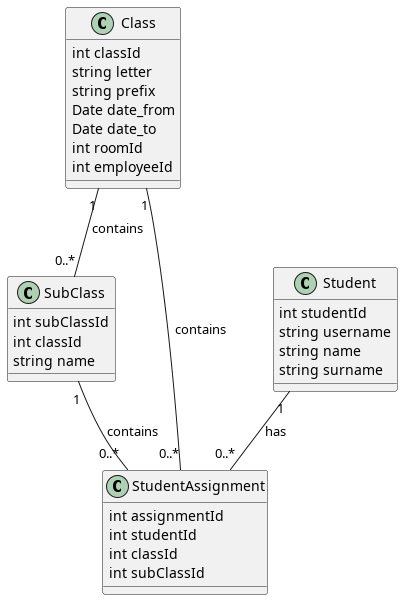
Before: images/cd-student-assignment.png, a diagram exported from PlantUML (DanielADK/tul-bp). The source it was exported from:
```plantuml
@startuml
class Class {
  int classId
  string letter
  string prefix
  Date date_from
  Date date_to
  int roomId
  int employeeId
}

class SubClass {
  int subClassId
  int classId
  string name
}

class Student {
  int studentId
  string username
  string name
  string surname
}

class StudentAssignment {
  int assignmentId
  int studentId
  int classId
  int subClassId
}

Class "1" -- "0..*" SubClass : contains
Class "1" -- "0..*" StudentAssignment : contains
SubClass "1" -- "0..*" StudentAssignment : contains
Student "1" -- "0..*" StudentAssignment : has
@enduml
```
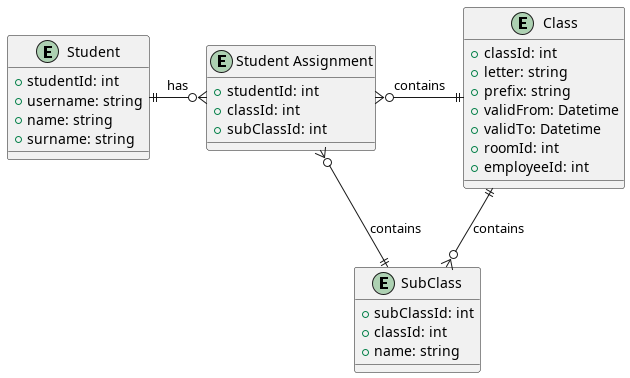
The same diagram one commit later.

Diff of the diagram source:
```diff
@@ -1,36 +1,36 @@
 @startuml
-class Class {
-  int classId
-  string letter
-  string prefix
-  Date date_from
-  Date date_to
-  int roomId
-  int employeeId
+entity "Class" as Class {
+    +classId: int
+    +letter: string
+    +prefix: string
+    +validFrom: Datetime
+    +validTo: Datetime
+    +roomId: int
+    +employeeId: int
 }
 
-class SubClass {
-  int subClassId
-  int classId
-  string name
+entity "SubClass" as SubClass {
+    +subClassId: int
+    +classId: int
+    +name: string
 }
 
-class Student {
-  int studentId
-  string username
-  string name
-  string surname
+entity "Student" as Student {
+    +studentId: int
+    +username: string
+    +name: string
+    +surname: string
 }
 
-class StudentAssignment {
-  int assignmentId
-  int studentId
-  int classId
-  int subClassId
+entity "Student Assignment" as StudentAssignment {
+    +studentId: int
+    +classId: int
+    +subClassId: int
 }
 
-Class "1" -- "0..*" SubClass : contains
-Class "1" -- "0..*" StudentAssignment : contains
-SubClass "1" -- "0..*" StudentAssignment : contains
-Student "1" -- "0..*" StudentAssignment : has
+Class ||--o{ SubClass : "contains"
+Class ||-left-o{ StudentAssignment : "contains"
+SubClass ||--o{ StudentAssignment : "contains"
+Student ||-right-o{ StudentAssignment : "has"
+
 @enduml
```
